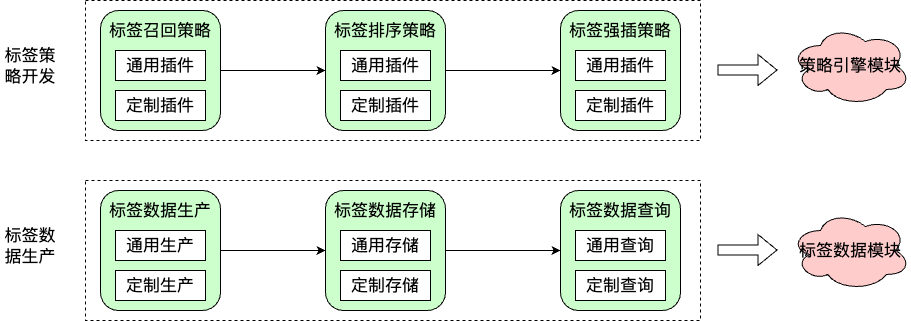
The draw.io diagram work-draw-file/标签平台架构图.png in liujunao/draw-data, before a commit. Source tidied: cells renumbered, new cells last; positions are measured from the earlier drawing's top-left corner, leaving out a move shared by most shapes.
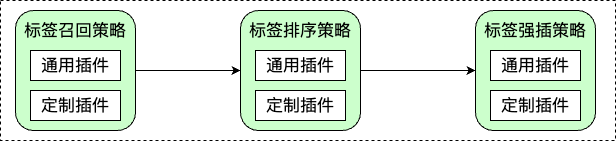
The same diagram one commit later.

Commit message:
更新标签平台架构图.png

Diff of the diagram source:
```diff
@@ -38,65 +38,5 @@
     <mxCell id="13" value="&lt;font style=&quot;font-size: 17px;&quot;&gt;定制插件&lt;/font&gt;" style="rounded=0;whiteSpace=wrap;html=1;" parent="1" vertex="1">
       <mxGeometry x="575" y="90" width="90" height="30" as="geometry" />
     </mxCell>
-    <mxCell id="14" style="rounded=0;whiteSpace=wrap;html=1;dashed=1;" parent="1" vertex="1">
-      <mxGeometry x="85" y="180" width="615" height="140" as="geometry" />
-    </mxCell>
-    <mxCell id="15" style="edgeStyle=orthogonalEdgeStyle;rounded=0;jettySize=auto;html=1;exitX=1;exitY=0.5;exitDx=0;exitDy=0;entryX=0;entryY=0.5;entryDx=0;entryDy=0;" parent="1" edge="1" source="16" target="20">
-      <mxGeometry relative="1" as="geometry" />
-    </mxCell>
-    <mxCell id="16" value="&lt;font size=&quot;3&quot;&gt;标签数据生产&lt;br&gt;&lt;br&gt;&lt;br&gt;&lt;br&gt;&lt;br&gt;&lt;/font&gt;" style="rounded=1;whiteSpace=wrap;html=1;fillColor=#CCFFCC;" parent="1" vertex="1">
-      <mxGeometry x="100" y="190" width="120" height="120" as="geometry" />
-    </mxCell>
-    <mxCell id="17" value="&lt;font style=&quot;font-size: 17px;&quot;&gt;通用生产&lt;/font&gt;" style="rounded=0;whiteSpace=wrap;html=1;" parent="1" vertex="1">
-      <mxGeometry x="115" y="230" width="90" height="30" as="geometry" />
-    </mxCell>
-    <mxCell id="18" value="&lt;font style=&quot;font-size: 17px;&quot;&gt;定制生产&lt;/font&gt;" style="rounded=0;whiteSpace=wrap;html=1;" parent="1" vertex="1">
-      <mxGeometry x="115" y="270" width="90" height="30" as="geometry" />
-    </mxCell>
-    <mxCell id="19" style="edgeStyle=orthogonalEdgeStyle;rounded=0;jettySize=auto;html=1;exitX=1;exitY=0.5;exitDx=0;exitDy=0;entryX=0;entryY=0.5;entryDx=0;entryDy=0;" parent="1" edge="1" source="20" target="23">
-      <mxGeometry relative="1" as="geometry" />
-    </mxCell>
-    <mxCell id="20" value="&lt;font size=&quot;3&quot;&gt;标签数据存储&lt;br&gt;&lt;br&gt;&lt;br&gt;&lt;br&gt;&lt;br&gt;&lt;/font&gt;" style="rounded=1;whiteSpace=wrap;html=1;fillColor=#CCFFCC;" parent="1" vertex="1">
-      <mxGeometry x="325" y="190" width="120" height="120" as="geometry" />
-    </mxCell>
-    <mxCell id="21" value="&lt;font style=&quot;font-size: 17px;&quot;&gt;通用存储&lt;/font&gt;" style="rounded=0;whiteSpace=wrap;html=1;" parent="1" vertex="1">
-      <mxGeometry x="340" y="230" width="90" height="30" as="geometry" />
-    </mxCell>
-    <mxCell id="22" value="&lt;font style=&quot;font-size: 17px;&quot;&gt;定制存储&lt;/font&gt;" style="rounded=0;whiteSpace=wrap;html=1;" parent="1" vertex="1">
-      <mxGeometry x="340" y="270" width="90" height="30" as="geometry" />
-    </mxCell>
-    <mxCell id="23" value="&lt;font size=&quot;3&quot;&gt;标签数据查询&lt;br&gt;&lt;br&gt;&lt;br&gt;&lt;br&gt;&lt;br&gt;&lt;/font&gt;" style="rounded=1;whiteSpace=wrap;html=1;fillColor=#CCFFCC;" parent="1" vertex="1">
-      <mxGeometry x="560" y="190" width="120" height="120" as="geometry" />
-    </mxCell>
-    <mxCell id="24" value="&lt;font style=&quot;font-size: 17px;&quot;&gt;通用查询&lt;/font&gt;" style="rounded=0;whiteSpace=wrap;html=1;" parent="1" vertex="1">
-      <mxGeometry x="575" y="230" width="90" height="30" as="geometry" />
-    </mxCell>
-    <mxCell id="25" value="&lt;font style=&quot;font-size: 17px;&quot;&gt;定制查询&lt;/font&gt;" style="rounded=0;whiteSpace=wrap;html=1;" parent="1" vertex="1">
-      <mxGeometry x="575" y="270" width="90" height="30" as="geometry" />
-    </mxCell>
-    <mxCell id="26" value="&lt;font style=&quot;font-size: 17px;&quot;&gt;标签策略开发&lt;/font&gt;" style="text;html=1;strokeColor=none;fillColor=none;align=center;verticalAlign=middle;whiteSpace=wrap;rounded=0;" parent="1" vertex="1">
-      <mxGeometry y="50" width="60" height="30" as="geometry" />
-    </mxCell>
-    <mxCell id="27" value="&lt;font style=&quot;font-size: 17px;&quot;&gt;标签数据生产&lt;/font&gt;" style="text;html=1;strokeColor=none;fillColor=none;align=center;verticalAlign=middle;whiteSpace=wrap;rounded=0;" parent="1" vertex="1">
-      <mxGeometry y="230" width="60" height="30" as="geometry" />
-    </mxCell>
-    <mxCell id="28" value="&lt;font size=&quot;3&quot;&gt;策略引擎模块&lt;/font&gt;" style="ellipse;shape=cloud;whiteSpace=wrap;html=1;fillColor=#FFCCCC;" parent="1" vertex="1">
-      <mxGeometry x="790" y="25" width="120" height="80" as="geometry" />
-    </mxCell>
-    <mxCell id="29" value="&lt;font size=&quot;3&quot;&gt;标签数据模块&lt;/font&gt;" style="ellipse;shape=cloud;whiteSpace=wrap;html=1;fillColor=#FFCCCC;" parent="1" vertex="1">
-      <mxGeometry x="790" y="210" width="120" height="80" as="geometry" />
-    </mxCell>
-    <mxCell id="30" style="shape=flexArrow;endArrow=classic;html=1;rounded=0;" parent="1" edge="1">
-      <mxGeometry relative="1" as="geometry">
-        <mxPoint x="717" y="69.5" as="sourcePoint" />
-        <mxPoint x="777" y="69.5" as="targetPoint" />
-      </mxGeometry>
-    </mxCell>
-    <mxCell id="31" style="shape=flexArrow;endArrow=classic;html=1;rounded=0;" parent="1" edge="1">
-      <mxGeometry relative="1" as="geometry">
-        <mxPoint x="717" y="249.5" as="sourcePoint" />
-        <mxPoint x="777" y="249.5" as="targetPoint" />
-      </mxGeometry>
-    </mxCell>
   </root>
 </mxGraphModel>
```
